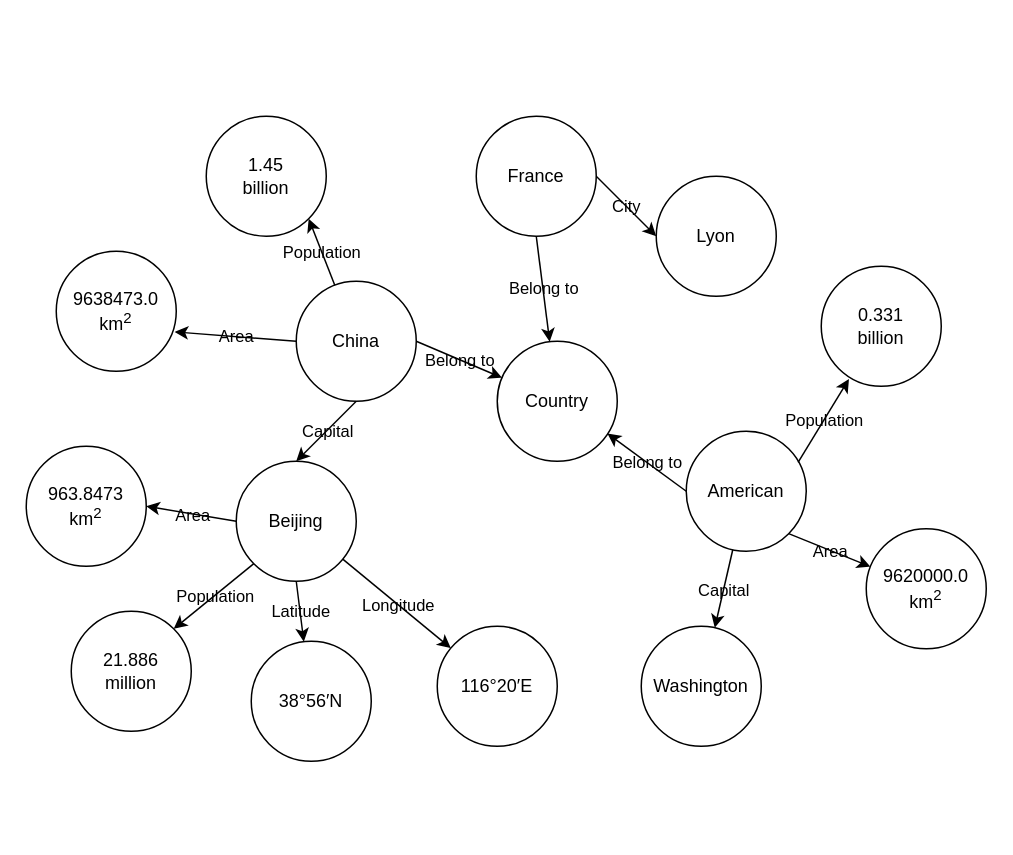
This is 地理知识图谱示例.drawio from Moon-xm/diagram_io, a draw.io file, before an edit. Source tidied: cells renumbered, new cells numbered last; positions are measured from the earlier drawing's top-left corner, leaving out a move shared by most shapes. Both pictures are drawn from the tidied source at 150%, with x=0, y=0 at pixel (26, 116).
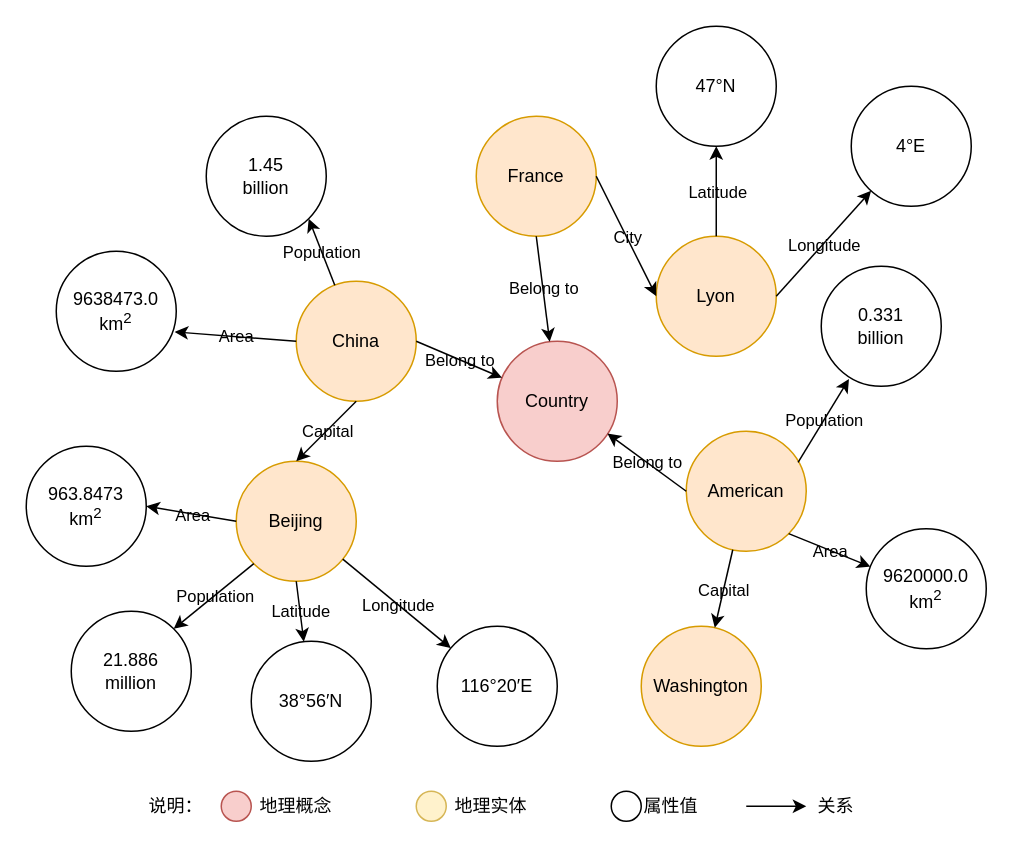
The same diagram, later.

Commit message:
更新地理知识图谱示例.drawio

Change to the diagram source:
```diff
@@
-    <mxCell id="2" value="China" style="ellipse;whiteSpace=wrap;html=1;" parent="1" vertex="1">
+    <mxCell id="2" value="China" style="ellipse;whiteSpace=wrap;html=1;fillColor=#ffe6cc;strokeColor=#d79b00;" parent="1" vertex="1">
       <mxGeometry x="180" y="110" width="80" height="80" as="geometry" />
     </mxCell>
@@
-    <mxCell id="5" value="Beijing" style="ellipse;whiteSpace=wrap;html=1;" parent="1" vertex="1">
+    <mxCell id="5" value="Beijing" style="ellipse;whiteSpace=wrap;html=1;fillColor=#ffe6cc;strokeColor=#d79b00;" parent="1" vertex="1">
       <mxGeometry x="140" y="230" width="80" height="80" as="geometry" />
     </mxCell>
@@
-    <mxCell id="10" value="Country" style="ellipse;whiteSpace=wrap;html=1;fontColor=#000000;" parent="1" vertex="1">
+    <mxCell id="10" value="Country" style="ellipse;whiteSpace=wrap;html=1;fillColor=#f8cecc;strokeColor=#b85450;" parent="1" vertex="1">
       <mxGeometry x="314" y="150" width="80" height="80" as="geometry" />
     </mxCell>
-    <mxCell id="11" value="France" style="ellipse;whiteSpace=wrap;html=1;fontColor=#000000;" parent="1" vertex="1">
+    <mxCell id="11" value="France" style="ellipse;whiteSpace=wrap;html=1;fillColor=#ffe6cc;strokeColor=#d79b00;" parent="1" vertex="1">
       <mxGeometry x="300" width="80" height="80" as="geometry" />
     </mxCell>
-    <mxCell id="12" value="American" style="ellipse;whiteSpace=wrap;html=1;fontColor=#000000;" parent="1" vertex="1">
+    <mxCell id="12" value="American" style="ellipse;whiteSpace=wrap;html=1;fillColor=#ffe6cc;strokeColor=#d79b00;" parent="1" vertex="1">
       <mxGeometry x="440" y="210" width="80" height="80" as="geometry" />
     </mxCell>
-    <mxCell id="13" value="Lyon" style="ellipse;whiteSpace=wrap;html=1;fontColor=#000000;" parent="1" vertex="1">
-      <mxGeometry x="420" y="40" width="80" height="80" as="geometry" />
+    <mxCell id="13" value="Lyon" style="ellipse;whiteSpace=wrap;html=1;fillColor=#ffe6cc;strokeColor=#d79b00;" parent="1" vertex="1">
+      <mxGeometry x="420" y="80" width="80" height="80" as="geometry" />
     </mxCell>
@@
-    <mxCell id="16" value="Washington" style="ellipse;whiteSpace=wrap;html=1;fontColor=#000000;" parent="1" vertex="1">
+    <mxCell id="16" value="Washington" style="ellipse;whiteSpace=wrap;html=1;fillColor=#ffe6cc;strokeColor=#d79b00;" parent="1" vertex="1">
       <mxGeometry x="410" y="340" width="80" height="80" as="geometry" />
     </mxCell>
@@
+    <mxCell id="45" value="47°N" style="ellipse;whiteSpace=wrap;html=1;shadow=0;labelBackgroundColor=none;fontColor=#000000;fillColor=none;" parent="1" vertex="1">
+      <mxGeometry x="420" y="-60" width="80" height="80" as="geometry" />
+    </mxCell>
+    <mxCell id="46" value="4°E" style="ellipse;whiteSpace=wrap;html=1;shadow=0;labelBackgroundColor=none;fontColor=#000000;fillColor=none;" parent="1" vertex="1">
+      <mxGeometry x="550" y="-20" width="80" height="80" as="geometry" />
+    </mxCell>
+    <mxCell id="47" style="endArrow=classic;html=1;rounded=0;fontColor=#000000;exitX=0.5;exitY=0;exitDx=0;exitDy=0;entryX=0.5;entryY=1;entryDx=0;entryDy=0;" parent="1" edge="1" source="13" target="45">
+      <mxGeometry relative="1" as="geometry" />
+    </mxCell>
+    <mxCell id="48" value="Latitude" style="edgeLabel;html=1;align=center;verticalAlign=middle;shadow=0;labelBackgroundColor=none;fontColor=#000000;fillColor=none;" parent="47" vertex="1">
+      <mxGeometry relative="1" as="geometry" />
+    </mxCell>
+    <mxCell id="49" style="endArrow=classic;html=1;rounded=0;fontColor=#000000;exitX=1;exitY=0.5;exitDx=0;exitDy=0;" parent="1" edge="1" source="13" target="46">
+      <mxGeometry relative="1" as="geometry" />
+    </mxCell>
+    <mxCell id="50" value="Longitude" style="edgeLabel;html=1;align=center;verticalAlign=middle;shadow=0;labelBackgroundColor=none;fontColor=#000000;fillColor=none;" parent="49" vertex="1">
+      <mxGeometry relative="1" as="geometry" />
+    </mxCell>
+    <mxCell id="51" style="ellipse;whiteSpace=wrap;html=1;shadow=0;labelBackgroundColor=none;fillColor=#f8cecc;strokeColor=#b85450;" parent="1" vertex="1">
+      <mxGeometry x="130" y="450" width="20" height="20" as="geometry" />
+    </mxCell>
+    <mxCell id="52" value="说明：" style="text;html=1;strokeColor=none;fillColor=none;align=center;verticalAlign=middle;whiteSpace=wrap;rounded=0;fontColor=#000000;" parent="1" vertex="1">
+      <mxGeometry x="70" y="445" width="60" height="30" as="geometry" />
+    </mxCell>
+    <mxCell id="53" value="地理概念" style="text;html=1;strokeColor=none;fillColor=none;align=center;verticalAlign=middle;whiteSpace=wrap;rounded=0;fontColor=#000000;" parent="1" vertex="1">
+      <mxGeometry x="150" y="445" width="60" height="30" as="geometry" />
+    </mxCell>
+    <mxCell id="54" style="ellipse;whiteSpace=wrap;html=1;shadow=0;labelBackgroundColor=none;fillColor=#fff2cc;strokeColor=#d6b656;" parent="1" vertex="1">
+      <mxGeometry x="260" y="450" width="20" height="20" as="geometry" />
+    </mxCell>
+    <mxCell id="55" value="地理实体" style="text;html=1;strokeColor=none;fillColor=none;align=center;verticalAlign=middle;whiteSpace=wrap;rounded=0;fontColor=#000000;" parent="1" vertex="1">
+      <mxGeometry x="280" y="445" width="60" height="30" as="geometry" />
+    </mxCell>
+    <mxCell id="56" style="ellipse;whiteSpace=wrap;html=1;shadow=0;labelBackgroundColor=none;" parent="1" vertex="1">
+      <mxGeometry x="390" y="450" width="20" height="20" as="geometry" />
+    </mxCell>
+    <mxCell id="57" value="属性值" style="text;html=1;strokeColor=none;fillColor=none;align=center;verticalAlign=middle;whiteSpace=wrap;rounded=0;fontColor=#000000;" parent="1" vertex="1">
+      <mxGeometry x="400" y="445" width="60" height="30" as="geometry" />
+    </mxCell>
+    <mxCell id="58" style="endArrow=classic;html=1;rounded=0;fontColor=#000000;" parent="1" edge="1">
+      <mxGeometry relative="1" as="geometry">
+        <mxPoint x="480" y="460" as="sourcePoint" />
+        <mxPoint x="520" y="460" as="targetPoint" />
+      </mxGeometry>
+    </mxCell>
+    <mxCell id="59" value="关系" style="text;html=1;strokeColor=none;fillColor=none;align=center;verticalAlign=middle;whiteSpace=wrap;rounded=0;fontColor=#000000;" parent="1" vertex="1">
+      <mxGeometry x="510" y="445" width="60" height="30" as="geometry" />
+    </mxCell>
```
